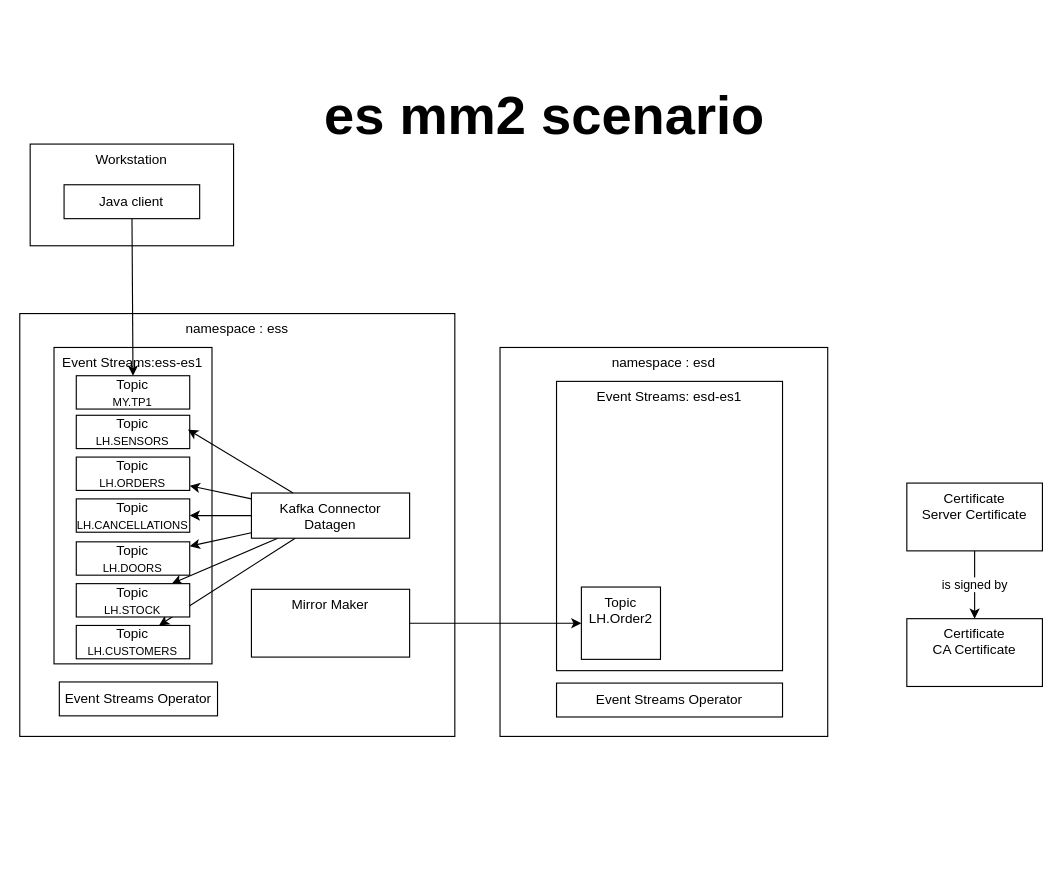
This is doc/mds/demos/es_mm2/es_mm2.drawio from ADesprets/cp4i-install, a draw.io file, before an edit. Source tidied: cells renumbered, new cells numbered last; positions are measured from the earlier drawing's top-left corner, leaving out a move shared by most shapes. Both pictures are drawn from the tidied source at 113%, with x=0, y=0 at pixel (19, 64).
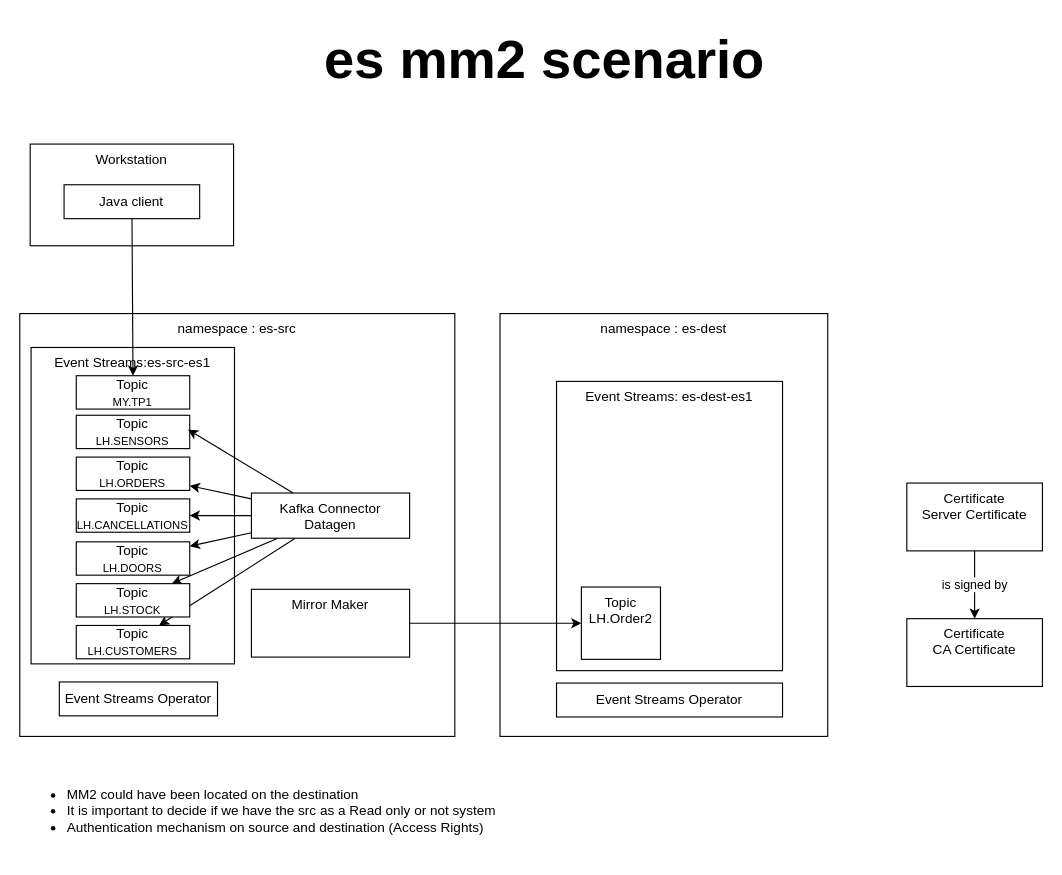
Above is the later version.

What changed in the source:
```diff
@@
-    <mxCell id="2" value="namespace : ess" style="rounded=0;whiteSpace=wrap;html=1;verticalAlign=top;" parent="1" vertex="1">
+    <mxCell id="2" value="namespace : es-src" style="rounded=0;whiteSpace=wrap;html=1;verticalAlign=top;" parent="1" vertex="1">
       <mxGeometry y="220" width="385" height="374.2" as="geometry" />
     </mxCell>
-    <mxCell id="3" value="Event Streams:ess-es1" style="rounded=0;whiteSpace=wrap;html=1;verticalAlign=top;" parent="1" vertex="1">
-      <mxGeometry x="30.3" y="250" width="139.8" height="280" as="geometry" />
+    <mxCell id="3" value="Event Streams:es-src-es1" style="rounded=0;whiteSpace=wrap;html=1;verticalAlign=top;" parent="1" vertex="1">
+      <mxGeometry x="10" y="250" width="180" height="280" as="geometry" />
     </mxCell>
@@
     <mxCell id="13" value="&lt;b&gt;&lt;font style=&quot;font-size: 48px;&quot;&gt;es mm2 scenario&lt;/font&gt;&lt;/b&gt;" style="text;html=1;align=center;verticalAlign=middle;whiteSpace=wrap;rounded=0;" parent="1" vertex="1">
-      <mxGeometry x="237" width="455" height="90" as="geometry" />
+      <mxGeometry x="237" y="-40" width="455" height="70" as="geometry" />
     </mxCell>
-    <mxCell id="14" value="namespace : esd" style="rounded=0;whiteSpace=wrap;html=1;verticalAlign=top;" parent="1" vertex="1">
-      <mxGeometry x="425" y="250" width="290" height="344.2" as="geometry" />
+    <mxCell id="14" value="namespace : es-dest" style="rounded=0;whiteSpace=wrap;html=1;verticalAlign=top;" parent="1" vertex="1">
+      <mxGeometry x="425" y="220" width="290" height="374.2" as="geometry" />
     </mxCell>
-    <mxCell id="15" value="Event Streams: esd-es1" style="rounded=0;whiteSpace=wrap;html=1;verticalAlign=top;" parent="1" vertex="1">
+    <mxCell id="15" value="Event Streams: es-dest-es1" style="rounded=0;whiteSpace=wrap;html=1;verticalAlign=top;" parent="1" vertex="1">
       <mxGeometry x="475" y="280" width="200" height="256" as="geometry" />
     </mxCell>
@@
+    <mxCell id="32" value="&lt;ul&gt;&lt;li&gt;MM2 could have been located on the destination&lt;/li&gt;&lt;li&gt;It is important to decide if we have the src as a Read only or not system&lt;/li&gt;&lt;li&gt;Authentication mechanism on source and destination (Access Rights)&lt;/li&gt;&lt;/ul&gt;" style="text;html=1;align=left;verticalAlign=top;whiteSpace=wrap;rounded=0;" parent="1" vertex="1">
+      <mxGeometry y="620" width="710" height="80" as="geometry" />
+    </mxCell>
```
